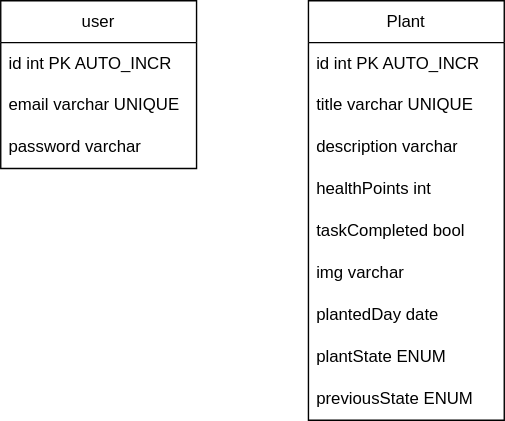
Above: resources/assets/uml-db.drawio.svg in danielmoralesar/pomodoro-garden (draw.io), before the change. Source tidied: cells renumbered, new cells last; positions are measured from the earlier drawing's top-left corner, leaving out a move shared by most shapes. The source it was exported from:
```xml
<mxGraphModel>
  <root>
    <mxCell id="0" />
    <mxCell id="1" parent="0" />
    <mxCell id="2" value="user" style="swimlane;fontStyle=0;horizontal=1;startSize=30;whiteSpace=wrap;html=1;" parent="1" vertex="1">
      <mxGeometry width="140" height="120" as="geometry" />
    </mxCell>
    <mxCell id="3" value="id int PK AUTO_INCR" style="text;strokeColor=none;fillColor=none;align=left;verticalAlign=middle;spacingLeft=4;spacingRight=4;overflow=hidden;whiteSpace=wrap;html=1;" parent="2" vertex="1">
      <mxGeometry y="30" width="140" height="30" as="geometry" />
    </mxCell>
    <mxCell id="4" value="email varchar UNIQUE" style="text;strokeColor=none;fillColor=none;align=left;verticalAlign=middle;spacingLeft=4;spacingRight=4;overflow=hidden;whiteSpace=wrap;html=1;" parent="2" vertex="1">
      <mxGeometry y="60" width="140" height="30" as="geometry" />
    </mxCell>
    <mxCell id="5" value="password varchar" style="text;strokeColor=none;fillColor=none;align=left;verticalAlign=middle;spacingLeft=4;spacingRight=4;overflow=hidden;whiteSpace=wrap;html=1;" parent="2" vertex="1">
      <mxGeometry y="90" width="140" height="30" as="geometry" />
    </mxCell>
    <mxCell id="6" value="Plant" style="swimlane;fontStyle=0;horizontal=1;startSize=30;whiteSpace=wrap;html=1;" parent="1" vertex="1">
      <mxGeometry x="220" width="140" height="300" as="geometry" />
    </mxCell>
    <mxCell id="7" value="id int PK AUTO_INCR" style="text;strokeColor=none;fillColor=none;align=left;verticalAlign=middle;spacingLeft=4;spacingRight=4;overflow=hidden;whiteSpace=wrap;html=1;" parent="6" vertex="1">
      <mxGeometry y="30" width="140" height="30" as="geometry" />
    </mxCell>
    <mxCell id="8" value="title varchar UNIQUE" style="text;strokeColor=none;fillColor=none;align=left;verticalAlign=middle;spacingLeft=4;spacingRight=4;overflow=hidden;whiteSpace=wrap;html=1;" parent="6" vertex="1">
      <mxGeometry y="60" width="140" height="30" as="geometry" />
    </mxCell>
    <mxCell id="9" value="description varchar" style="text;strokeColor=none;fillColor=none;align=left;verticalAlign=middle;spacingLeft=4;spacingRight=4;overflow=hidden;whiteSpace=wrap;html=1;" parent="6" vertex="1">
      <mxGeometry y="90" width="140" height="30" as="geometry" />
    </mxCell>
    <mxCell id="10" value="healthPoints int" style="text;strokeColor=none;fillColor=none;align=left;verticalAlign=middle;spacingLeft=4;spacingRight=4;overflow=hidden;whiteSpace=wrap;html=1;" parent="6" vertex="1">
      <mxGeometry y="120" width="140" height="30" as="geometry" />
    </mxCell>
    <mxCell id="11" value="taskCompleted bool" style="text;strokeColor=none;fillColor=none;align=left;verticalAlign=middle;spacingLeft=4;spacingRight=4;overflow=hidden;points=[[0,0.5],[1,0.5]];portConstraint=eastwest;whiteSpace=wrap;html=1;" parent="6" vertex="1">
      <mxGeometry y="150" width="140" height="30" as="geometry" />
    </mxCell>
    <mxCell id="12" value="img varchar" style="text;strokeColor=none;fillColor=none;align=left;verticalAlign=middle;spacingLeft=4;spacingRight=4;overflow=hidden;whiteSpace=wrap;html=1;" parent="6" vertex="1">
      <mxGeometry y="180" width="140" height="30" as="geometry" />
    </mxCell>
    <mxCell id="13" value="plantedDay date" style="text;strokeColor=none;fillColor=none;align=left;verticalAlign=middle;spacingLeft=4;spacingRight=4;overflow=hidden;whiteSpace=wrap;html=1;" parent="6" vertex="1">
      <mxGeometry y="210" width="140" height="30" as="geometry" />
    </mxCell>
    <mxCell id="14" value="plantState ENUM" style="text;strokeColor=none;fillColor=none;align=left;verticalAlign=middle;spacingLeft=4;spacingRight=4;overflow=hidden;whiteSpace=wrap;html=1;" parent="6" vertex="1">
      <mxGeometry y="240" width="140" height="30" as="geometry" />
    </mxCell>
    <mxCell id="15" value="previousState ENUM" style="text;strokeColor=none;fillColor=none;align=left;verticalAlign=middle;spacingLeft=4;spacingRight=4;overflow=hidden;whiteSpace=wrap;html=1;" parent="6" vertex="1">
      <mxGeometry y="270" width="140" height="30" as="geometry" />
    </mxCell>
  </root>
</mxGraphModel>
```
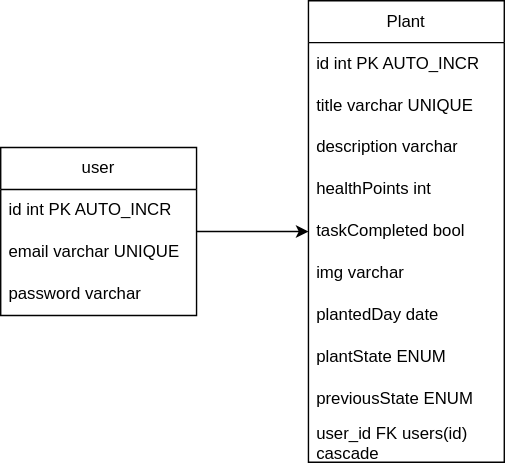
Later version of the same file.

What changed in the source:
```diff
@@ -2,8 +2,11 @@
   <root>
     <mxCell id="0" />
     <mxCell id="1" parent="0" />
+    <mxCell id="16" style="edgeStyle=none;html=1;entryX=0;entryY=0.5;entryDx=0;entryDy=0;" parent="1" edge="1" source="2" target="11">
+      <mxGeometry relative="1" as="geometry" />
+    </mxCell>
     <mxCell id="2" value="user" style="swimlane;fontStyle=0;horizontal=1;startSize=30;whiteSpace=wrap;html=1;" parent="1" vertex="1">
-      <mxGeometry width="140" height="120" as="geometry" />
+      <mxGeometry y="105" width="140" height="120" as="geometry" />
     </mxCell>
     <mxCell id="3" value="id int PK AUTO_INCR" style="text;strokeColor=none;fillColor=none;align=left;verticalAlign=middle;spacingLeft=4;spacingRight=4;overflow=hidden;whiteSpace=wrap;html=1;" parent="2" vertex="1">
       <mxGeometry y="30" width="140" height="30" as="geometry" />
@@ -15,7 +18,7 @@
       <mxGeometry y="90" width="140" height="30" as="geometry" />
     </mxCell>
     <mxCell id="6" value="Plant" style="swimlane;fontStyle=0;horizontal=1;startSize=30;whiteSpace=wrap;html=1;" parent="1" vertex="1">
-      <mxGeometry x="220" width="140" height="300" as="geometry" />
+      <mxGeometry x="220" width="140" height="330" as="geometry" />
     </mxCell>
     <mxCell id="7" value="id int PK AUTO_INCR" style="text;strokeColor=none;fillColor=none;align=left;verticalAlign=middle;spacingLeft=4;spacingRight=4;overflow=hidden;whiteSpace=wrap;html=1;" parent="6" vertex="1">
       <mxGeometry y="30" width="140" height="30" as="geometry" />
@@ -44,5 +47,8 @@
     <mxCell id="15" value="previousState ENUM" style="text;strokeColor=none;fillColor=none;align=left;verticalAlign=middle;spacingLeft=4;spacingRight=4;overflow=hidden;whiteSpace=wrap;html=1;" parent="6" vertex="1">
       <mxGeometry y="270" width="140" height="30" as="geometry" />
     </mxCell>
+    <mxCell id="17" value="user_id FK users(id) cascade" style="text;strokeColor=none;fillColor=none;align=left;verticalAlign=middle;spacingLeft=4;spacingRight=4;overflow=hidden;whiteSpace=wrap;html=1;" parent="6" vertex="1">
+      <mxGeometry y="300" width="140" height="30" as="geometry" />
+    </mxCell>
   </root>
 </mxGraphModel>
```
